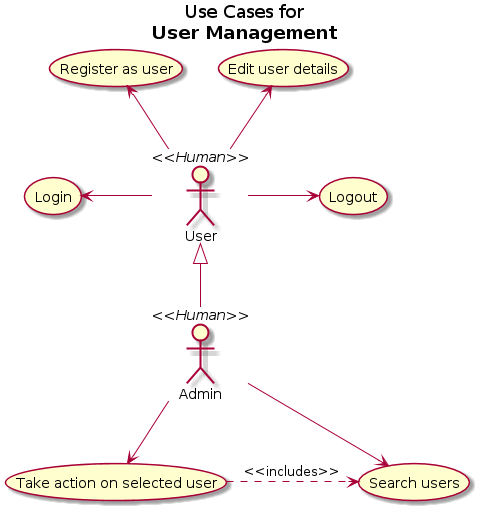
Earlier version of the PlantUML export doc/worg/images/gsoc/2012/bugpile/user-management-uml-uc.png (bzg/bugpile).
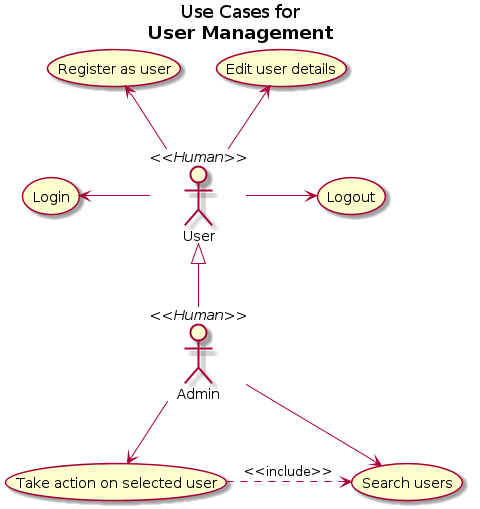
After the change.

Commit message:
i.org tutorial on worg: architecture section written, with graphical depictions.

Change to the diagram source:
```diff
@@ -13,8 +13,7 @@
 usecase (Search users) as (Search)
 usecase (Take action on selected user) as (Act)
 
-(Act) .> (Search) : <<includes>>
-
+(Act) .> (Search) : <<include>>
 
 Admin --> (Search)
 Admin --> (Act)
```
